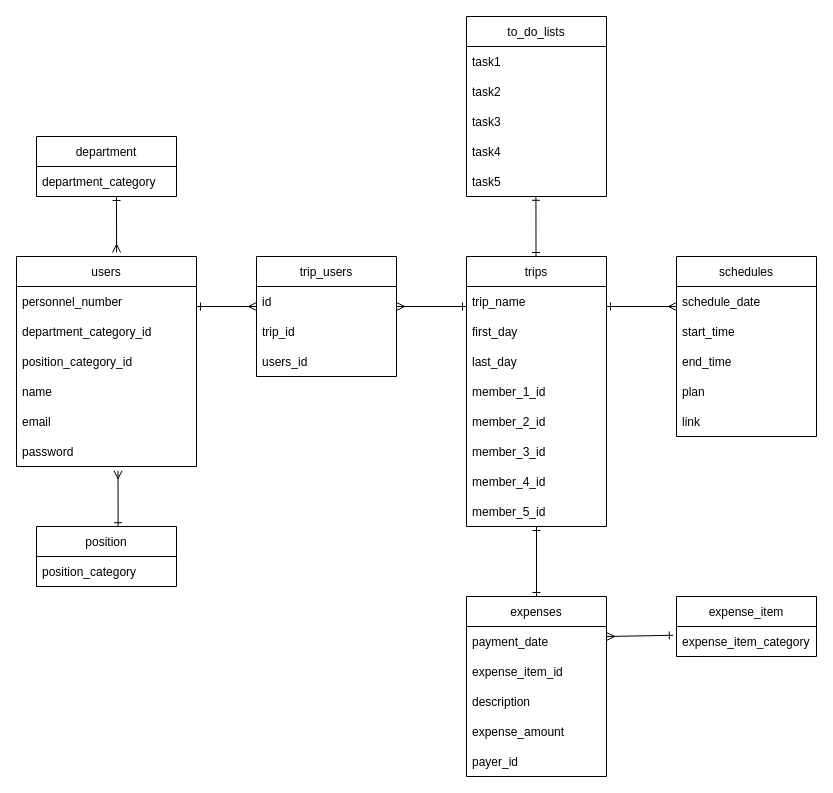
The draw.io diagram ER.dio in fumi23232323/businesstrip-planner, before the edit. Source tidied: cells renumbered, new cells numbered last; positions are measured from the earlier drawing's top-left corner, leaving out a move shared by most shapes. Both pictures are drawn from the tidied source at 100%, with x=0, y=0 at pixel (16, 16).
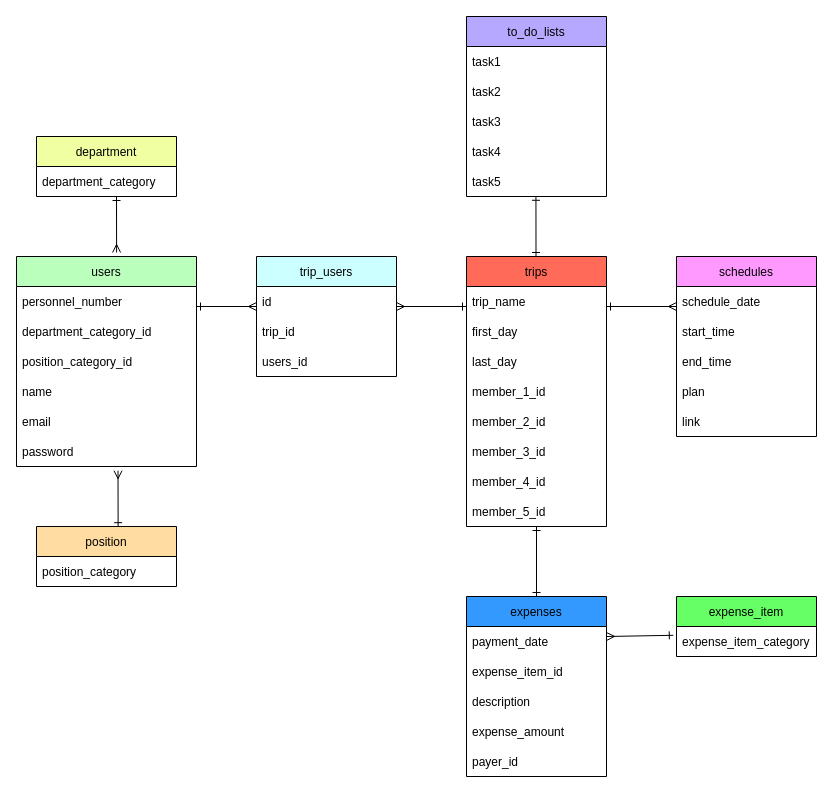
The same diagram, later.

Change to the diagram source:
```diff
@@
-    <mxCell id="2" value="users" style="swimlane;fontStyle=0;horizontal=1;startSize=30;" parent="1" vertex="1">
+    <mxCell id="2" value="users" style="swimlane;fontStyle=0;horizontal=1;startSize=30;fillColor=#BAFFBC;" parent="1" vertex="1">
       <mxGeometry y="240" width="180" height="210" as="geometry" />
     </mxCell>
@@
-    <mxCell id="9" value="trips" style="swimlane;fontStyle=0;horizontal=1;startSize=30;" parent="1" vertex="1">
+    <mxCell id="9" value="trips" style="swimlane;fontStyle=0;horizontal=1;startSize=30;fillColor=#FF6A59;" parent="1" vertex="1">
       <mxGeometry x="450" y="240" width="140" height="270" as="geometry" />
     </mxCell>
@@
-    <mxCell id="18" value="trip_users" style="swimlane;fontStyle=0;horizontal=1;startSize=30;" parent="1" vertex="1">
+    <mxCell id="18" value="trip_users" style="swimlane;fontStyle=0;horizontal=1;startSize=30;fillColor=#CCFFFF;" parent="1" vertex="1">
       <mxGeometry x="240" y="240" width="140" height="120" as="geometry" />
     </mxCell>
@@
-    <mxCell id="22" value="schedules" style="swimlane;fontStyle=0;horizontal=1;startSize=30;" parent="1" vertex="1">
+    <mxCell id="22" value="schedules" style="swimlane;fontStyle=0;horizontal=1;startSize=30;fillColor=#FF99FF;" parent="1" vertex="1">
       <mxGeometry x="660" y="240" width="140" height="180" as="geometry" />
     </mxCell>
@@
-    <mxCell id="28" value="to_do_lists" style="swimlane;fontStyle=0;horizontal=1;startSize=30;" parent="1" vertex="1">
+    <mxCell id="28" value="to_do_lists" style="swimlane;fontStyle=0;horizontal=1;startSize=30;fillColor=#B7A8FF;" parent="1" vertex="1">
       <mxGeometry x="450" width="140" height="180" as="geometry" />
     </mxCell>
@@
-    <mxCell id="34" value="department" style="swimlane;fontStyle=0;horizontal=1;startSize=30;" parent="1" vertex="1">
+    <mxCell id="34" value="department" style="swimlane;fontStyle=0;horizontal=1;startSize=30;fillColor=#EFFFA1;" parent="1" vertex="1">
       <mxGeometry x="20" y="120" width="140" height="60" as="geometry" />
     </mxCell>
@@
-    <mxCell id="36" value="position" style="swimlane;fontStyle=0;horizontal=1;startSize=30;" parent="1" vertex="1">
+    <mxCell id="36" value="position" style="swimlane;fontStyle=0;horizontal=1;startSize=30;fillColor=#FFDCA1;" parent="1" vertex="1">
       <mxGeometry x="20" y="510" width="140" height="60" as="geometry" />
     </mxCell>
@@
-    <mxCell id="43" value="expenses" style="swimlane;fontStyle=0;horizontal=1;startSize=30;" parent="1" vertex="1">
+    <mxCell id="43" value="expenses" style="swimlane;fontStyle=0;horizontal=1;startSize=30;fillColor=#3399FF;" parent="1" vertex="1">
       <mxGeometry x="450" y="580" width="140" height="180" as="geometry" />
     </mxCell>
@@
-    <mxCell id="51" value="expense_item" style="swimlane;fontStyle=0;horizontal=1;startSize=30;" parent="1" vertex="1">
+    <mxCell id="51" value="expense_item" style="swimlane;fontStyle=0;horizontal=1;startSize=30;fillColor=#66FF66;" parent="1" vertex="1">
       <mxGeometry x="660" y="580" width="140" height="60" as="geometry" />
     </mxCell>
```
